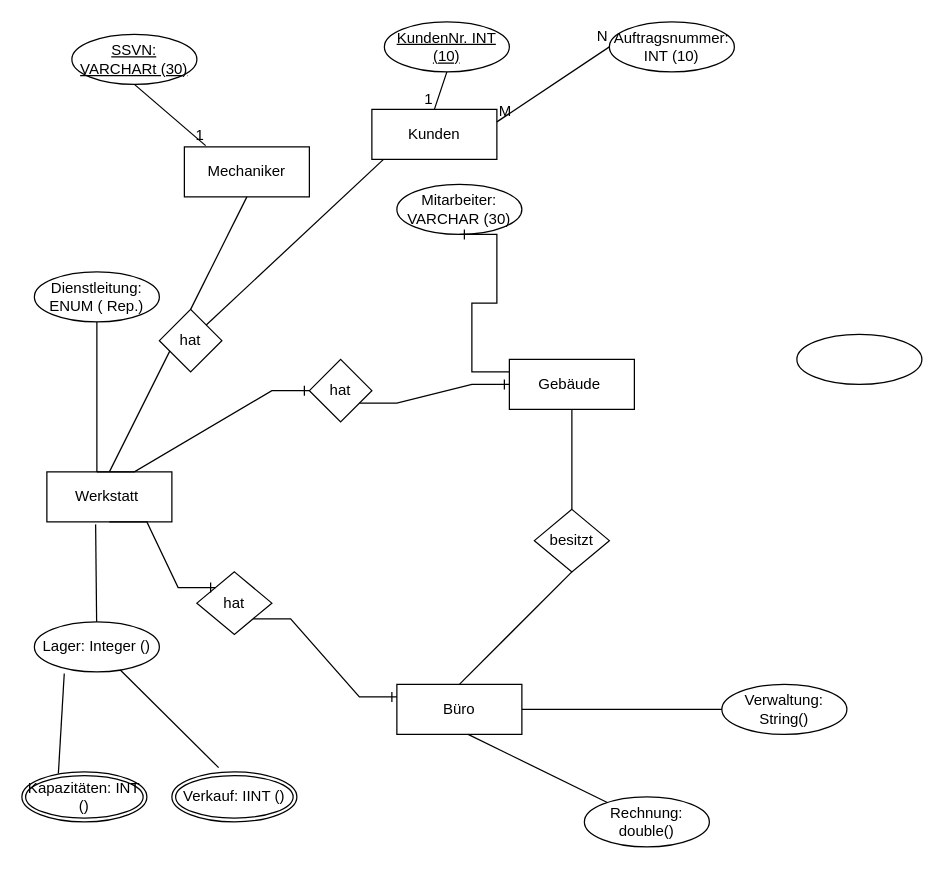
Earlier version of the draw.io diagram Unbenanntes Diagramm.drawio (FN56/samples). Source tidied: cells renumbered, new cells numbered last; positions are measured from the earlier drawing's top-left corner, leaving out a move shared by most shapes. Both pictures are drawn from the tidied source at 125%, with x=0, y=0 at pixel (21, 21).
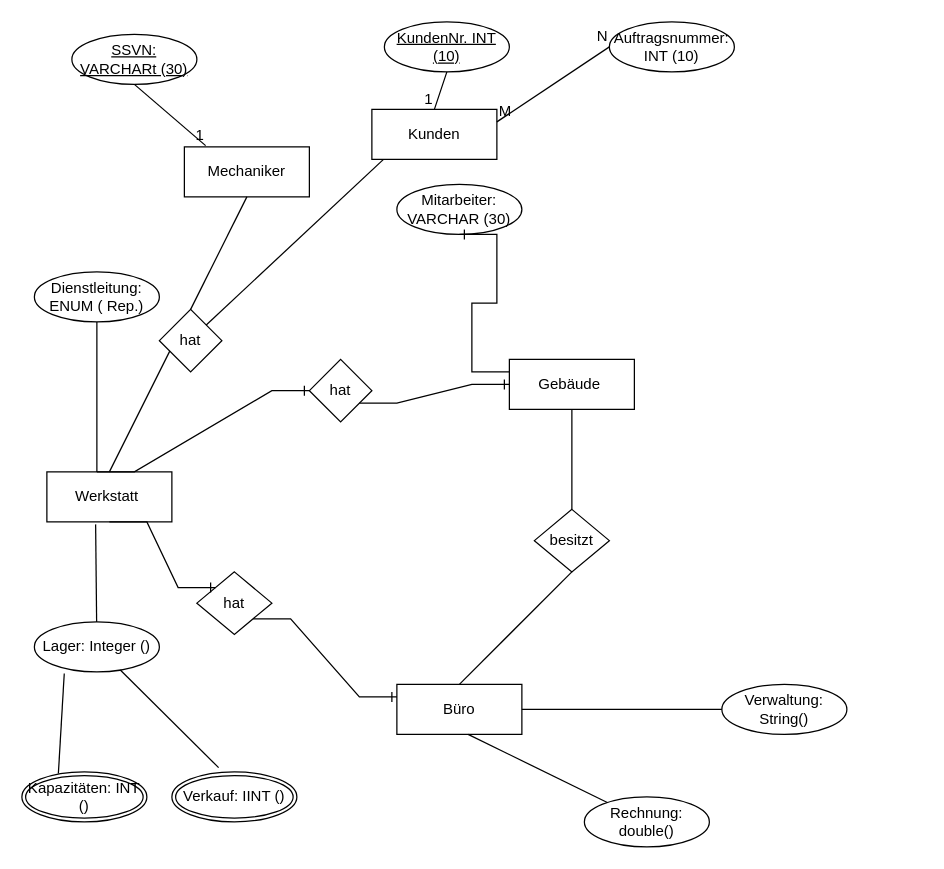
After the change.

Change to the diagram source:
```diff
@@
-    <mxCell id="4" style="ellipse;whiteSpace=wrap;html=1;align=center;" parent="1" vertex="1">
-      <mxGeometry x="620" y="250" width="100" height="40" as="geometry" />
-    </mxCell>
```
